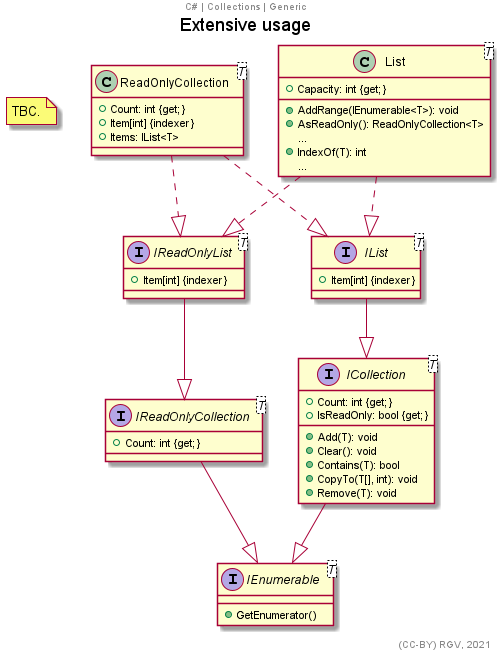
The PlantUML diagram C#/Collections-Common_usage.png in RicardoGuzmanVelasco/DomainModelling, before a commit.
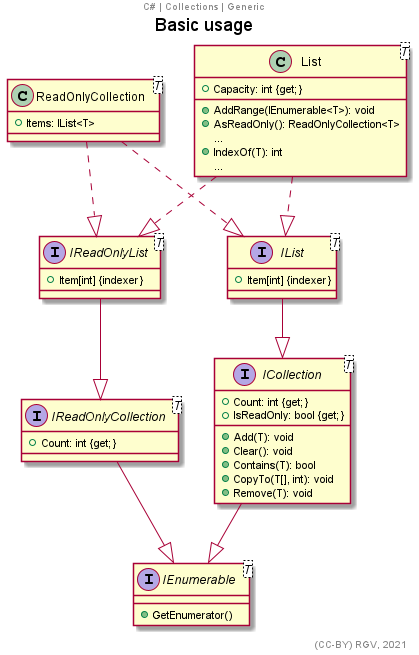
After the commit.

Commit message:
C# | Generic collections, extensive usage

The edit, as a diff of the source:
```diff
@@ -1,15 +1,9 @@
 @startuml
-title Extensive usage
+title Basic usage
 center header C# | Collections | Generic
-
-note as Note
-TBC.
-end note
 
 class ReadOnlyCollection<T>
 {
-    +Count: int {get;}
-    +Item[int] {indexer}
     +Items: IList<T>
 }
 
```
